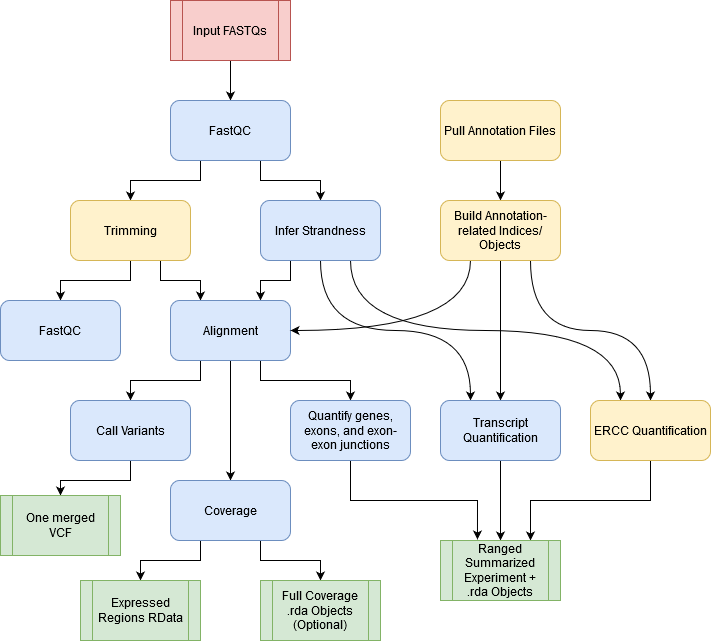
Above: notes/workflow.png in LieberInstitute/SPEAQeasy (draw.io), before the change. Source tidied: cells renumbered, new cells last; positions are measured from the earlier drawing's top-left corner, leaving out a move shared by most shapes.
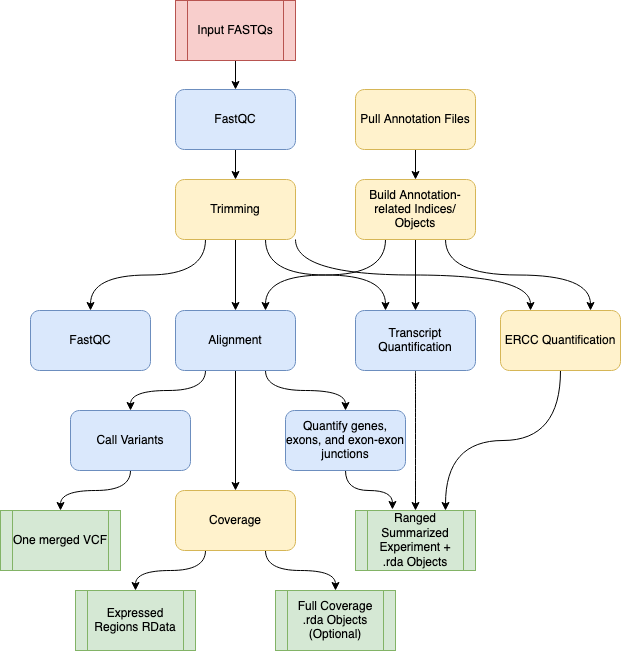
After the change.

Commit message:
Also update workflow image in the main README

What changed in the source:
```diff
@@ -6,120 +6,106 @@
       <mxGeometry relative="1" as="geometry" />
     </mxCell>
     <mxCell id="3" value="Input FASTQs" style="shape=process;whiteSpace=wrap;html=1;backgroundOutline=1;fillColor=#f8cecc;strokeColor=#b85450;" parent="1" vertex="1">
-      <mxGeometry x="170" width="120" height="60" as="geometry" />
+      <mxGeometry x="215" y="-10" width="120" height="60" as="geometry" />
     </mxCell>
-    <mxCell id="4" style="edgeStyle=orthogonalEdgeStyle;rounded=0;jettySize=auto;html=1;exitX=0.25;exitY=1;exitDx=0;exitDy=0;" parent="1" edge="1" source="6" target="9">
+    <mxCell id="4" style="edgeStyle=orthogonalEdgeStyle;rounded=0;jettySize=auto;html=1;exitX=0.5;exitY=1;exitDx=0;exitDy=0;entryX=0.5;entryY=0;entryDx=0;entryDy=0;" parent="1" edge="1" source="6" target="9">
       <mxGeometry relative="1" as="geometry" />
     </mxCell>
-    <mxCell id="5" style="edgeStyle=orthogonalEdgeStyle;rounded=0;jettySize=auto;html=1;exitX=0.75;exitY=1;exitDx=0;exitDy=0;entryX=0.5;entryY=0;entryDx=0;entryDy=0;" parent="1" edge="1" source="6" target="13">
-      <mxGeometry relative="1" as="geometry" />
-    </mxCell>
     <mxCell id="6" value="FastQC" style="rounded=1;whiteSpace=wrap;html=1;fillColor=#dae8fc;strokeColor=#6c8ebf;" parent="1" vertex="1">
-      <mxGeometry x="170" y="100" width="120" height="60" as="geometry" />
+      <mxGeometry x="215" y="79" width="120" height="60" as="geometry" />
     </mxCell>
+    <mxCell id="8" style="edgeStyle=orthogonalEdgeStyle;rounded=0;jettySize=auto;html=1;exitX=0.5;exitY=1;exitDx=0;exitDy=0;" parent="1" edge="1" source="9" target="18">
+      <mxGeometry relative="1" as="geometry" />
+    </mxCell>
-    <mxCell id="7" style="edgeStyle=orthogonalEdgeStyle;rounded=0;jettySize=auto;html=1;exitX=0.5;exitY=1;exitDx=0;exitDy=0;entryX=0.5;entryY=0;entryDx=0;entryDy=0;" parent="1" edge="1" source="9" target="14">
+    <mxCell id="7" style="edgeStyle=orthogonalEdgeStyle;rounded=0;jettySize=auto;html=1;exitX=0.25;exitY=1;exitDx=0;exitDy=0;entryX=0.5;entryY=0;entryDx=0;entryDy=0;curved=1;" parent="1" edge="1" source="9" target="14">
       <mxGeometry relative="1" as="geometry" />
     </mxCell>
-    <mxCell id="8" style="edgeStyle=orthogonalEdgeStyle;rounded=0;jettySize=auto;html=1;exitX=0.75;exitY=1;exitDx=0;exitDy=0;entryX=0.25;entryY=0;entryDx=0;entryDy=0;" parent="1" edge="1" source="9" target="18">
-      <mxGeometry relative="1" as="geometry" />
-    </mxCell>
+    <mxCell id="40" style="edgeStyle=orthogonalEdgeStyle;rounded=0;jettySize=auto;html=1;exitX=0.75;exitY=1;exitDx=0;exitDy=0;entryX=0.25;entryY=0;entryDx=0;entryDy=0;curved=1;" parent="1" edge="1" source="9" target="36">
+      <mxGeometry relative="1" as="geometry" />
+    </mxCell>
+    <mxCell id="41" style="edgeStyle=orthogonalEdgeStyle;rounded=0;jettySize=auto;html=1;exitX=1;exitY=1;exitDx=0;exitDy=0;entryX=0.25;entryY=0;entryDx=0;entryDy=0;curved=1;" parent="1" edge="1" source="9" target="38">
+      <mxGeometry relative="1" as="geometry" />
+    </mxCell>
     <mxCell id="9" value="Trimming" style="rounded=1;whiteSpace=wrap;html=1;fillColor=#fff2cc;strokeColor=#d6b656;" parent="1" vertex="1">
-      <mxGeometry x="70" y="200" width="120" height="60" as="geometry" />
+      <mxGeometry x="215" y="169" width="120" height="60" as="geometry" />
     </mxCell>
-    <mxCell id="10" style="edgeStyle=orthogonalEdgeStyle;rounded=0;jettySize=auto;html=1;exitX=0.25;exitY=1;exitDx=0;exitDy=0;entryX=0.75;entryY=0;entryDx=0;entryDy=0;" parent="1" edge="1" source="13" target="18">
-      <mxGeometry relative="1" as="geometry" />
-    </mxCell>
-    <mxCell id="11" style="edgeStyle=orthogonalEdgeStyle;jettySize=auto;html=1;curved=1;entryX=0.25;entryY=0;entryDx=0;entryDy=0;" parent="1" edge="1" source="13" target="36">
-      <mxGeometry relative="1" as="geometry">
-        <Array as="points">
-          <mxPoint x="320" y="330" />
-          <mxPoint x="470" y="330" />
-        </Array>
-      </mxGeometry>
-    </mxCell>
-    <mxCell id="12" style="edgeStyle=orthogonalEdgeStyle;curved=1;jettySize=auto;html=1;exitX=0.75;exitY=1;exitDx=0;exitDy=0;entryX=0.25;entryY=0;entryDx=0;entryDy=0;" parent="1" edge="1" source="13" target="38">
-      <mxGeometry relative="1" as="geometry" />
-    </mxCell>
-    <mxCell id="13" value="Infer Strandness" style="rounded=1;whiteSpace=wrap;html=1;fillColor=#dae8fc;strokeColor=#6c8ebf;" parent="1" vertex="1">
-      <mxGeometry x="260" y="200" width="120" height="60" as="geometry" />
-    </mxCell>
     <mxCell id="14" value="FastQC" style="rounded=1;whiteSpace=wrap;html=1;fillColor=#dae8fc;strokeColor=#6c8ebf;" parent="1" vertex="1">
-      <mxGeometry y="300" width="120" height="60" as="geometry" />
+      <mxGeometry x="70" y="300" width="120" height="60" as="geometry" />
     </mxCell>
-    <mxCell id="15" style="edgeStyle=orthogonalEdgeStyle;rounded=0;jettySize=auto;html=1;exitX=0.25;exitY=1;exitDx=0;exitDy=0;entryX=0.5;entryY=0;entryDx=0;entryDy=0;" parent="1" edge="1" source="18" target="20">
+    <mxCell id="15" style="edgeStyle=orthogonalEdgeStyle;rounded=0;jettySize=auto;html=1;exitX=0.25;exitY=1;exitDx=0;exitDy=0;entryX=0.5;entryY=0;entryDx=0;entryDy=0;curved=1;" parent="1" edge="1" source="18" target="20">
       <mxGeometry relative="1" as="geometry" />
     </mxCell>
     <mxCell id="16" style="edgeStyle=orthogonalEdgeStyle;rounded=0;jettySize=auto;html=1;exitX=0.5;exitY=1;exitDx=0;exitDy=0;" parent="1" edge="1" source="18" target="24">
       <mxGeometry relative="1" as="geometry" />
     </mxCell>
-    <mxCell id="17" style="edgeStyle=orthogonalEdgeStyle;rounded=0;jettySize=auto;html=1;exitX=0.75;exitY=1;exitDx=0;exitDy=0;entryX=0.5;entryY=0;entryDx=0;entryDy=0;" parent="1" edge="1" source="18" target="26">
+    <mxCell id="17" style="edgeStyle=orthogonalEdgeStyle;rounded=0;jettySize=auto;html=1;exitX=0.75;exitY=1;exitDx=0;exitDy=0;entryX=0.5;entryY=0;entryDx=0;entryDy=0;curved=1;" parent="1" edge="1" source="18" target="26">
       <mxGeometry relative="1" as="geometry" />
     </mxCell>
     <mxCell id="18" value="&lt;div&gt;Alignment&lt;/div&gt;" style="rounded=1;whiteSpace=wrap;html=1;fillColor=#dae8fc;strokeColor=#6c8ebf;" parent="1" vertex="1">
-      <mxGeometry x="170" y="300" width="120" height="60" as="geometry" />
+      <mxGeometry x="215" y="300" width="120" height="60" as="geometry" />
     </mxCell>
-    <mxCell id="19" style="edgeStyle=orthogonalEdgeStyle;rounded=0;jettySize=auto;html=1;exitX=0.5;exitY=1;exitDx=0;exitDy=0;" parent="1" edge="1" source="20" target="21">
+    <mxCell id="19" style="edgeStyle=orthogonalEdgeStyle;rounded=0;jettySize=auto;html=1;exitX=0.5;exitY=1;exitDx=0;exitDy=0;curved=1;" parent="1" edge="1" source="20" target="21">
       <mxGeometry relative="1" as="geometry" />
     </mxCell>
     <mxCell id="20" value="&lt;div&gt;Call Variants&lt;/div&gt;" style="rounded=1;whiteSpace=wrap;html=1;fillColor=#dae8fc;strokeColor=#6c8ebf;" parent="1" vertex="1">
-      <mxGeometry x="70" y="400" width="120" height="60" as="geometry" />
+      <mxGeometry x="110" y="400" width="120" height="60" as="geometry" />
     </mxCell>
     <mxCell id="21" value="One merged VCF" style="shape=process;whiteSpace=wrap;html=1;backgroundOutline=1;fillColor=#d5e8d4;strokeColor=#82b366;" parent="1" vertex="1">
-      <mxGeometry y="495" width="120" height="60" as="geometry" />
+      <mxGeometry x="40" y="500" width="120" height="60" as="geometry" />
     </mxCell>
-    <mxCell id="22" style="edgeStyle=orthogonalEdgeStyle;rounded=0;jettySize=auto;html=1;exitX=0.25;exitY=1;exitDx=0;exitDy=0;entryX=0.5;entryY=0;entryDx=0;entryDy=0;" parent="1" edge="1" source="24" target="27">
+    <mxCell id="22" style="edgeStyle=orthogonalEdgeStyle;rounded=0;jettySize=auto;html=1;exitX=0.25;exitY=1;exitDx=0;exitDy=0;entryX=0.5;entryY=0;entryDx=0;entryDy=0;curved=1;" parent="1" edge="1" source="24" target="27">
       <mxGeometry relative="1" as="geometry" />
     </mxCell>
-    <mxCell id="23" style="edgeStyle=orthogonalEdgeStyle;rounded=0;jettySize=auto;html=1;exitX=0.75;exitY=1;exitDx=0;exitDy=0;entryX=0.5;entryY=0;entryDx=0;entryDy=0;" parent="1" edge="1" source="24" target="28">
+    <mxCell id="23" style="edgeStyle=orthogonalEdgeStyle;rounded=0;jettySize=auto;html=1;exitX=0.75;exitY=1;exitDx=0;exitDy=0;entryX=0.5;entryY=0;entryDx=0;entryDy=0;curved=1;" parent="1" edge="1" source="24" target="28">
       <mxGeometry relative="1" as="geometry" />
     </mxCell>
-    <mxCell id="24" value="Coverage" style="rounded=1;whiteSpace=wrap;html=1;fillColor=#dae8fc;strokeColor=#6c8ebf;" parent="1" vertex="1">
-      <mxGeometry x="170" y="480" width="120" height="60" as="geometry" />
+    <mxCell id="24" value="Coverage" style="rounded=1;whiteSpace=wrap;html=1;fillColor=#fff2cc;strokeColor=#d6b656;" parent="1" vertex="1">
+      <mxGeometry x="215" y="480" width="120" height="60" as="geometry" />
     </mxCell>
-    <mxCell id="25" style="edgeStyle=orthogonalEdgeStyle;rounded=0;jettySize=auto;html=1;exitX=0.5;exitY=1;exitDx=0;exitDy=0;entryX=0.308;entryY=-0.017;entryDx=0;entryDy=0;entryPerimeter=0;" parent="1" edge="1" source="26" target="39">
+    <mxCell id="25" style="edgeStyle=orthogonalEdgeStyle;rounded=0;jettySize=auto;html=1;exitX=0.5;exitY=1;exitDx=0;exitDy=0;entryX=0.308;entryY=-0.017;entryDx=0;entryDy=0;entryPerimeter=0;curved=1;" parent="1" edge="1" source="26" target="39">
       <mxGeometry relative="1" as="geometry" />
     </mxCell>
     <mxCell id="26" value="Quantify genes, exons, and exon-exon junctions" style="rounded=1;whiteSpace=wrap;html=1;fillColor=#dae8fc;strokeColor=#6c8ebf;" parent="1" vertex="1">
-      <mxGeometry x="290" y="400" width="120" height="60" as="geometry" />
+      <mxGeometry x="325" y="400" width="120" height="60" as="geometry" />
     </mxCell>
     <mxCell id="27" value="Expressed Regions RData" style="shape=process;whiteSpace=wrap;html=1;backgroundOutline=1;fillColor=#d5e8d4;strokeColor=#82b366;" parent="1" vertex="1">
-      <mxGeometry x="80" y="580" width="120" height="60" as="geometry" />
+      <mxGeometry x="115" y="580" width="120" height="60" as="geometry" />
     </mxCell>
     <mxCell id="28" value="Full Coverage .rda Objects (Optional)" style="shape=process;whiteSpace=wrap;html=1;backgroundOutline=1;fillColor=#d5e8d4;strokeColor=#82b366;" parent="1" vertex="1">
-      <mxGeometry x="260" y="580" width="120" height="60" as="geometry" />
+      <mxGeometry x="315" y="580" width="120" height="60" as="geometry" />
     </mxCell>
     <mxCell id="29" style="edgeStyle=orthogonalEdgeStyle;rounded=0;jettySize=auto;html=1;exitX=0.5;exitY=1;exitDx=0;exitDy=0;entryX=0.5;entryY=0;entryDx=0;entryDy=0;" parent="1" edge="1" source="30" target="34">
       <mxGeometry relative="1" as="geometry" />
     </mxCell>
     <mxCell id="30" value="Pull Annotation Files" style="rounded=1;whiteSpace=wrap;html=1;fillColor=#fff2cc;strokeColor=#d6b656;" parent="1" vertex="1">
-      <mxGeometry x="440" y="100" width="120" height="60" as="geometry" />
+      <mxGeometry x="395" y="79" width="120" height="60" as="geometry" />
     </mxCell>
+    <mxCell id="32" style="edgeStyle=orthogonalEdgeStyle;rounded=0;jettySize=auto;html=1;exitX=0.25;exitY=1;exitDx=0;exitDy=0;entryX=0.75;entryY=0;entryDx=0;entryDy=0;curved=1;" parent="1" edge="1" source="34" target="18">
+      <mxGeometry relative="1" as="geometry" />
+    </mxCell>
-    <mxCell id="31" style="edgeStyle=orthogonalEdgeStyle;curved=1;jettySize=auto;html=1;exitX=0.5;exitY=1;exitDx=0;exitDy=0;entryX=0.5;entryY=0;entryDx=0;entryDy=0;" parent="1" edge="1" source="34" target="36">
+    <mxCell id="31" style="edgeStyle=orthogonalEdgeStyle;rounded=0;jettySize=auto;html=1;exitX=0.5;exitY=1;exitDx=0;exitDy=0;entryX=0.5;entryY=0;entryDx=0;entryDy=0;" parent="1" edge="1" source="34" target="36">
       <mxGeometry relative="1" as="geometry" />
     </mxCell>
-    <mxCell id="32" style="edgeStyle=orthogonalEdgeStyle;curved=1;jettySize=auto;html=1;exitX=0.25;exitY=1;exitDx=0;exitDy=0;entryX=1;entryY=0.5;entryDx=0;entryDy=0;" parent="1" edge="1" source="34" target="18">
-      <mxGeometry relative="1" as="geometry" />
-    </mxCell>
-    <mxCell id="33" style="edgeStyle=orthogonalEdgeStyle;curved=1;jettySize=auto;html=1;exitX=0.75;exitY=1;exitDx=0;exitDy=0;" parent="1" edge="1" source="34" target="38">
+    <mxCell id="33" style="edgeStyle=orthogonalEdgeStyle;rounded=0;jettySize=auto;html=1;exitX=0.75;exitY=1;exitDx=0;exitDy=0;entryX=0.75;entryY=0;entryDx=0;entryDy=0;curved=1;" parent="1" edge="1" source="34" target="38">
       <mxGeometry relative="1" as="geometry" />
     </mxCell>
     <mxCell id="34" value="Build Annotation-related Indices/ Objects" style="rounded=1;whiteSpace=wrap;html=1;fillColor=#fff2cc;strokeColor=#d6b656;" parent="1" vertex="1">
-      <mxGeometry x="440" y="200" width="120" height="60" as="geometry" />
+      <mxGeometry x="395" y="169" width="120" height="60" as="geometry" />
     </mxCell>
-    <mxCell id="35" style="edgeStyle=orthogonalEdgeStyle;rounded=0;jettySize=auto;html=1;exitX=0.5;exitY=1;exitDx=0;exitDy=0;entryX=0.5;entryY=0;entryDx=0;entryDy=0;" parent="1" edge="1" source="36" target="39">
+    <mxCell id="35" style="edgeStyle=orthogonalEdgeStyle;rounded=0;jettySize=auto;html=1;exitX=0.5;exitY=1;exitDx=0;exitDy=0;entryX=0.5;entryY=0;entryDx=0;entryDy=0;curved=1;" parent="1" edge="1" source="36" target="39">
       <mxGeometry relative="1" as="geometry" />
     </mxCell>
-    <mxCell id="36" value="Transcript Quantification" style="rounded=1;whiteSpace=wrap;html=1;fillColor=#dae8fc;strokeColor=#6c8ebf;" parent="1" vertex="1">
-      <mxGeometry x="440" y="400" width="120" height="60" as="geometry" />
-    </mxCell>
-    <mxCell id="37" style="edgeStyle=orthogonalEdgeStyle;rounded=0;jettySize=auto;html=1;exitX=0.5;exitY=1;exitDx=0;exitDy=0;entryX=0.75;entryY=0;entryDx=0;entryDy=0;" parent="1" edge="1" source="38" target="39">
+    <mxCell id="37" style="edgeStyle=orthogonalEdgeStyle;rounded=0;jettySize=auto;html=1;exitX=0.5;exitY=1;exitDx=0;exitDy=0;entryX=0.75;entryY=0;entryDx=0;entryDy=0;curved=1;" parent="1" edge="1" source="38" target="39">
       <mxGeometry relative="1" as="geometry" />
     </mxCell>
     <mxCell id="38" value="ERCC Quantification" style="rounded=1;whiteSpace=wrap;html=1;fillColor=#fff2cc;strokeColor=#d6b656;" parent="1" vertex="1">
-      <mxGeometry x="590" y="400" width="120" height="60" as="geometry" />
+      <mxGeometry x="540" y="300" width="120" height="60" as="geometry" />
     </mxCell>
     <mxCell id="39" value="Ranged Summarized Experiment + .rda Objects" style="shape=process;whiteSpace=wrap;html=1;backgroundOutline=1;fillColor=#d5e8d4;strokeColor=#82b366;" parent="1" vertex="1">
-      <mxGeometry x="440" y="540" width="120" height="60" as="geometry" />
+      <mxGeometry x="395" y="500" width="120" height="60" as="geometry" />
     </mxCell>
+    <mxCell id="36" value="Transcript Quantification" style="rounded=1;whiteSpace=wrap;html=1;fillColor=#dae8fc;strokeColor=#6c8ebf;" parent="1" vertex="1">
+      <mxGeometry x="395" y="300" width="120" height="60" as="geometry" />
+    </mxCell>
   </root>
 </mxGraphModel>
```
